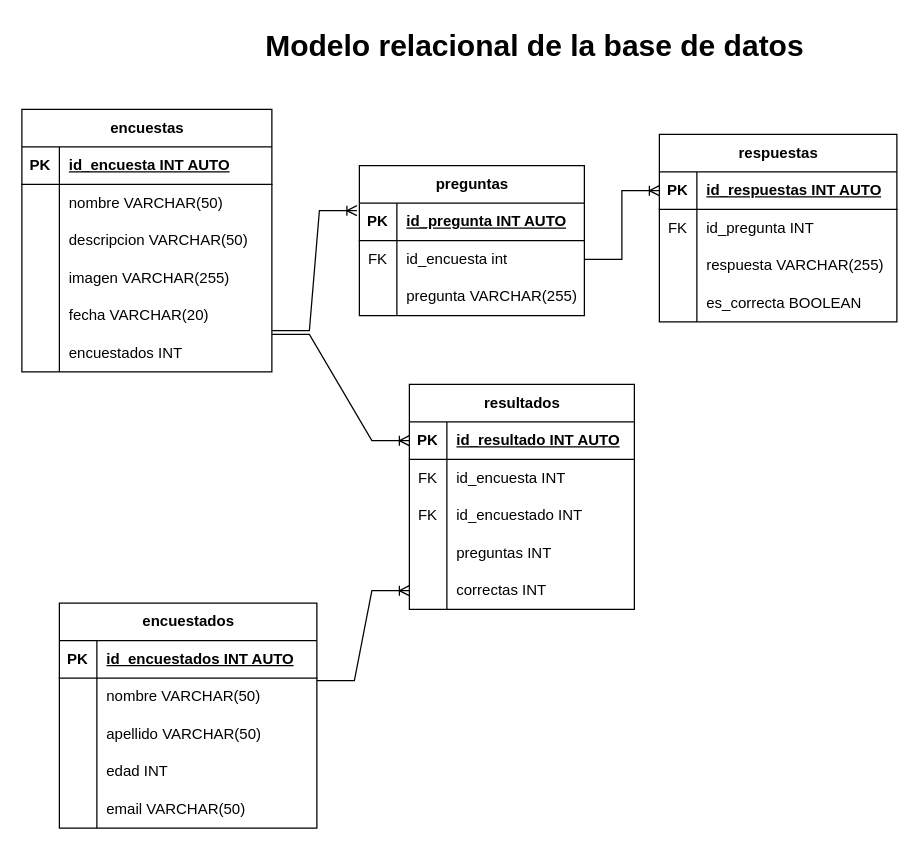
This is sistemaEncuestas.drawio from FepDev25/Modelos-Entidad-Relacion, a draw.io file, before an edit. Source tidied: cells renumbered, new cells numbered last; positions are measured from the earlier drawing's top-left corner, leaving out a move shared by most shapes. Both pictures are drawn from the tidied source at 125%, with x=0, y=0 at pixel (21, 21).
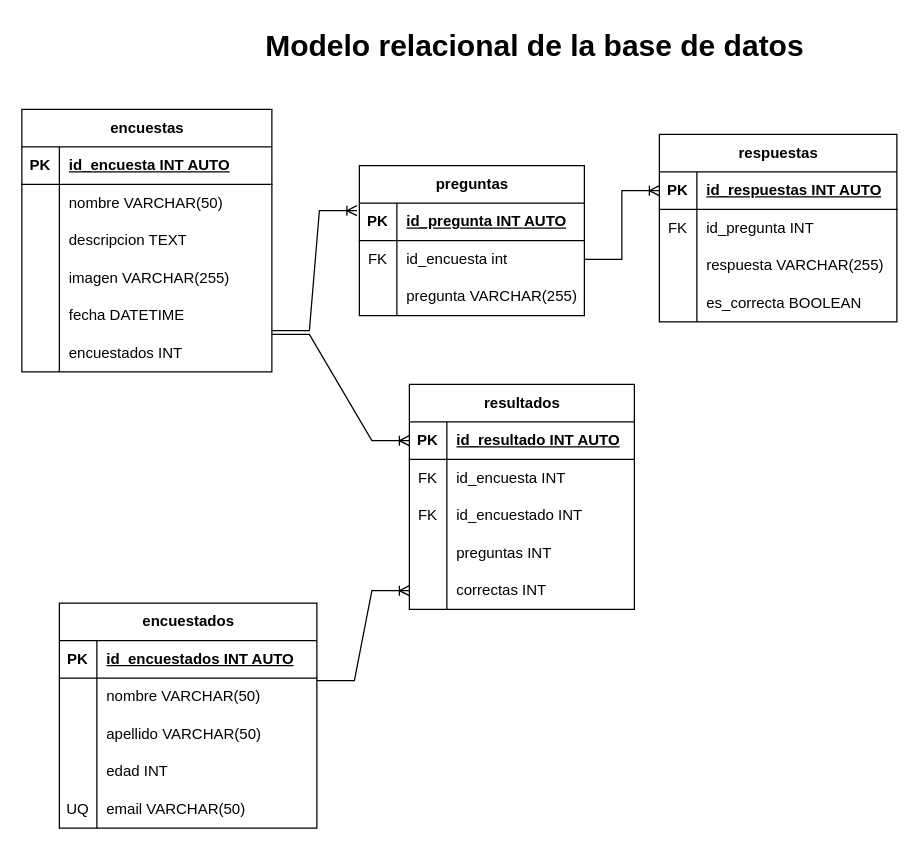
The same page after the edit.

The change refers to these unchanged cells:
```xml
<mxCell id="9" style="shape=tableRow;horizontal=0;startSize=0;swimlaneHead=0;swimlaneBody=0;fillColor=none;top=0;left=0;right=0;bottom=0;" parent="2" vertex="1">
  <mxGeometry y="90" width="200" height="30" as="geometry" />
</mxCell>
<mxCell id="15" style="shape=tableRow;horizontal=0;startSize=0;swimlaneHead=0;swimlaneBody=0;fillColor=none;top=0;left=0;right=0;bottom=0;" parent="2" vertex="1">
  <mxGeometry y="150" width="200" height="30" as="geometry" />
</mxCell>
<mxCell id="57" style="shape=tableRow;horizontal=0;startSize=0;swimlaneHead=0;swimlaneBody=0;fillColor=none;top=0;left=0;right=0;bottom=0;" parent="44" vertex="1">
  <mxGeometry y="150" width="206" height="30" as="geometry" />
</mxCell>
```

Change to the diagram source:
```diff
@@
-    <mxCell id="11" value="descripcion VARCHAR(50)" style="shape=partialRectangle;fillColor=none;top=0;left=0;bottom=0;right=0;align=left;spacingLeft=6;overflow=hidden;whiteSpace=wrap;html=1;" parent="9" vertex="1">
+    <mxCell id="11" value="descripcion TEXT" style="shape=partialRectangle;fillColor=none;top=0;left=0;bottom=0;right=0;align=left;spacingLeft=6;overflow=hidden;whiteSpace=wrap;html=1;" parent="9" vertex="1">
       <mxGeometry x="30" width="170" height="30" as="geometry" />
     </mxCell>
@@
-    <mxCell id="17" value="fecha VARCHAR(20)" style="shape=partialRectangle;fillColor=none;top=0;left=0;bottom=0;right=0;align=left;spacingLeft=6;overflow=hidden;whiteSpace=wrap;html=1;" parent="15" vertex="1">
+    <mxCell id="17" value="fecha DATETIME" style="shape=partialRectangle;fillColor=none;top=0;left=0;bottom=0;right=0;align=left;spacingLeft=6;overflow=hidden;whiteSpace=wrap;html=1;" parent="15" vertex="1">
       <mxGeometry x="30" width="170" height="30" as="geometry" />
     </mxCell>
@@
-    <mxCell id="58" style="shape=partialRectangle;fillColor=none;top=0;left=0;bottom=0;right=0;overflow=hidden;whiteSpace=wrap;html=1;" parent="57" vertex="1">
+    <mxCell id="58" value="UQ" style="shape=partialRectangle;fillColor=none;top=0;left=0;bottom=0;right=0;overflow=hidden;whiteSpace=wrap;html=1;" parent="57" vertex="1">
       <mxGeometry width="30" height="30" as="geometry" />
     </mxCell>
```
